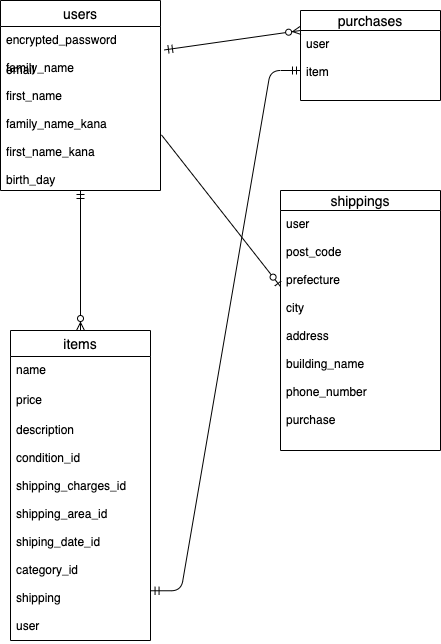
Earlier version of the draw.io export test..drawio.png (hirokuni-k/furima-33964). Source tidied: cells renumbered, new cells last; positions are measured from the earlier drawing's top-left corner, leaving out a move shared by most shapes.
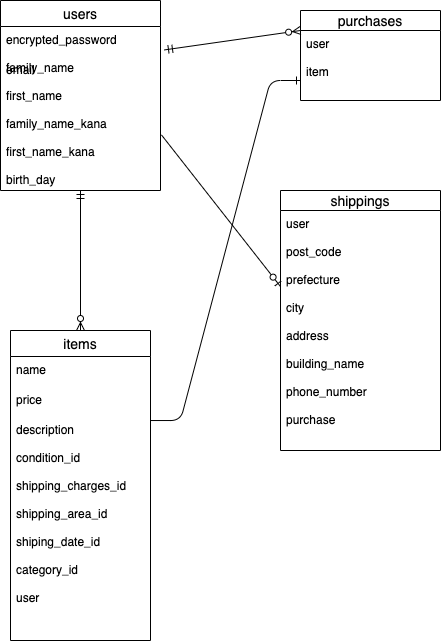
The same file after the commit.

Change to the diagram source:
```diff
@@ -14,7 +14,7 @@
     <mxCell id="5" value="price" style="text;strokeColor=none;fillColor=none;spacingLeft=4;spacingRight=4;overflow=hidden;fontSize=12;" parent="3" vertex="1">
       <mxGeometry y="56" width="140" height="30" as="geometry" />
     </mxCell>
-    <mxCell id="6" value="description&#10;&#10;condition_id&#10;&#10;shipping_charges_id&#10;&#10;shipping_area_id&#10;&#10;shiping_date_id&#10;&#10;category_id&#10;&#10;shipping&#10;&#10;user" style="text;strokeColor=none;fillColor=none;spacingLeft=4;spacingRight=4;overflow=hidden;points=[[0,0.5],[1,0.5]];portConstraint=eastwest;fontSize=12;" parent="3" vertex="1">
+    <mxCell id="6" value="description&#10;&#10;condition_id&#10;&#10;shipping_charges_id&#10;&#10;shipping_area_id&#10;&#10;shiping_date_id&#10;&#10;category_id&#10;&#10;user" style="text;strokeColor=none;fillColor=none;spacingLeft=4;spacingRight=4;overflow=hidden;points=[[0,0.5],[1,0.5]];portConstraint=eastwest;fontSize=12;" parent="3" vertex="1">
       <mxGeometry y="86" width="140" height="224" as="geometry" />
     </mxCell>
     <mxCell id="7" value="users" style="swimlane;fontStyle=0;horizontal=1;startSize=26;align=center;fontSize=14;" parent="1" vertex="1">
@@ -47,7 +47,7 @@
     <mxCell id="15" style="fontSize=12;html=1;endArrow=ERzeroToOne;endFill=1;exitX=1.006;exitY=0.661;exitDx=0;exitDy=0;exitPerimeter=0;entryX=0;entryY=0.317;entryDx=0;entryDy=0;entryPerimeter=0;" parent="1" edge="1" source="8" target="10">
       <mxGeometry relative="1" as="geometry" />
     </mxCell>
-    <mxCell id="16" style="edgeStyle=entityRelationEdgeStyle;fontSize=12;html=1;endArrow=ERmandOne;startArrow=ERmandOne;exitX=1.004;exitY=0.778;exitDx=0;exitDy=0;exitPerimeter=0;" parent="1" edge="1" source="6" target="11">
+    <mxCell id="16" style="edgeStyle=entityRelationEdgeStyle;fontSize=12;html=1;endArrow=ERone;endFill=1;exitX=1;exitY=0.018;exitDx=0;exitDy=0;exitPerimeter=0;entryX=0;entryY=0.625;entryDx=0;entryDy=0;entryPerimeter=0;" parent="1" edge="1" source="6" target="11">
       <mxGeometry relative="1" as="geometry" />
     </mxCell>
   </root>
```
